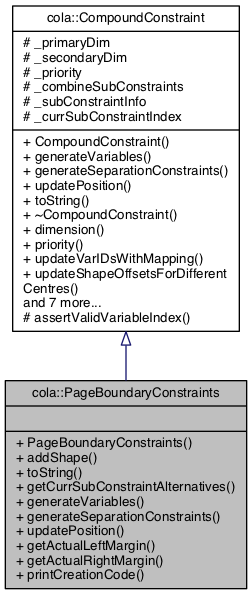
Above: documentation/classcola_1_1PageBoundaryConstraints__inherit__graph.png in mjwybrow/adaptagrams (Graphviz), before the change. Its source is kept beside it as documentation/classcola_1_1PageBoundaryConstraints__inherit__graph.dot.
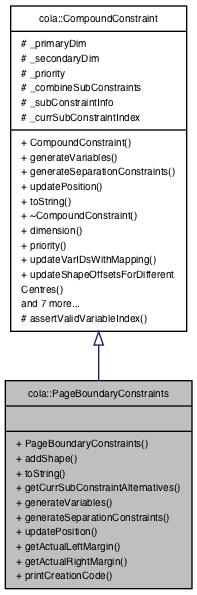
Later version of the same file.

What changed in the source:
```diff
@@ -2,7 +2,7 @@
 {
   edge [fontname="Helvetica",fontsize="10",labelfontname="Helvetica",labelfontsize="10"];
   node [fontname="Helvetica",fontsize="10",shape=record];
-  Node1 [label="{cola::PageBoundaryConstraints\n||+ PageBoundaryConstraints()\l+ addShape()\l+ toString()\l+ getCurrSubConstraintAlternatives()\l+ generateVariables()\l+ generateSeparationConstraints()\l+ updatePosition()\l+ getActualLeftMargin()\l+ getActualRightMargin()\l+ printCreationCode()\l}",height=0.2,width=0.4,color="black", fillcolor="grey75", style="filled", fontcolor="black"];
-  Node2 -> Node1 [dir="back",color="midnightblue",fontsize="10",style="solid",arrowtail="onormal",fontname="Helvetica"];
-  Node2 [label="{cola::CompoundConstraint\n|# _primaryDim\l# _secondaryDim\l# _priority\l# _combineSubConstraints\l# _subConstraintInfo\l# _currSubConstraintIndex\l|+ CompoundConstraint()\l+ generateVariables()\l+ generateSeparationConstraints()\l+ updatePosition()\l+ toString()\l+ ~CompoundConstraint()\l+ dimension()\l+ priority()\l+ updateVarIDsWithMapping()\l+ updateShapeOffsetsForDifferent\lCentres()\land 7 more...\l# assertValidVariableIndex()\l}",height=0.2,width=0.4,color="black", fillcolor="white", style="filled",URL="$classcola_1_1CompoundConstraint.html",tooltip="An abstract base class for all high-level compound constraints. "];
+  Node0 [label="{cola::PageBoundaryConstraints\n||+ PageBoundaryConstraints()\l+ addShape()\l+ toString()\l+ getCurrSubConstraintAlternatives()\l+ generateVariables()\l+ generateSeparationConstraints()\l+ updatePosition()\l+ getActualLeftMargin()\l+ getActualRightMargin()\l+ printCreationCode()\l}",height=0.2,width=0.4,color="black", fillcolor="grey75", style="filled", fontcolor="black"];
+  Node1 -> Node0 [dir="back",color="midnightblue",fontsize="10",style="solid",arrowtail="onormal",fontname="Helvetica"];
+  Node1 [label="{cola::CompoundConstraint\n|# _primaryDim\l# _secondaryDim\l# _priority\l# _combineSubConstraints\l# _subConstraintInfo\l# _currSubConstraintIndex\l|+ CompoundConstraint()\l+ generateVariables()\l+ generateSeparationConstraints()\l+ updatePosition()\l+ toString()\l+ ~CompoundConstraint()\l+ dimension()\l+ priority()\l+ updateVarIDsWithMapping()\l+ updateShapeOffsetsForDifferent\lCentres()\land 7 more...\l# assertValidVariableIndex()\l}",height=0.2,width=0.4,color="black", fillcolor="white", style="filled",URL="$classcola_1_1CompoundConstraint.html",tooltip="An abstract base class for all high-level compound constraints. "];
 }
```
